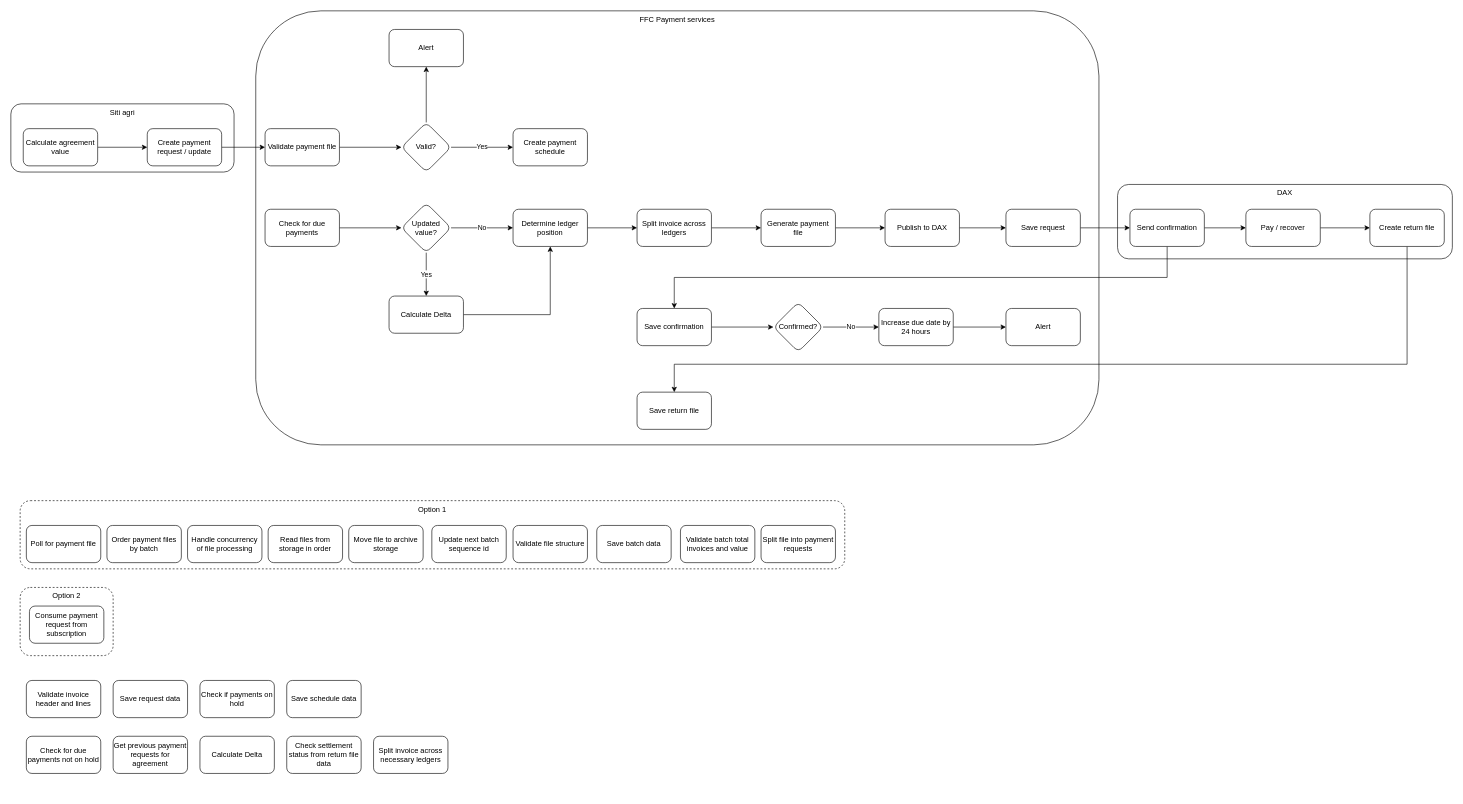
Before: ffc-payments.drawio in johnwatson484/diagrams, a draw.io diagram. Source tidied: cells renumbered, new cells numbered last; positions are measured from the earlier drawing's top-left corner, leaving out a move shared by most shapes. Both pictures are drawn from the tidied source at 62%, with x=0, y=0 at pixel (11, 11).
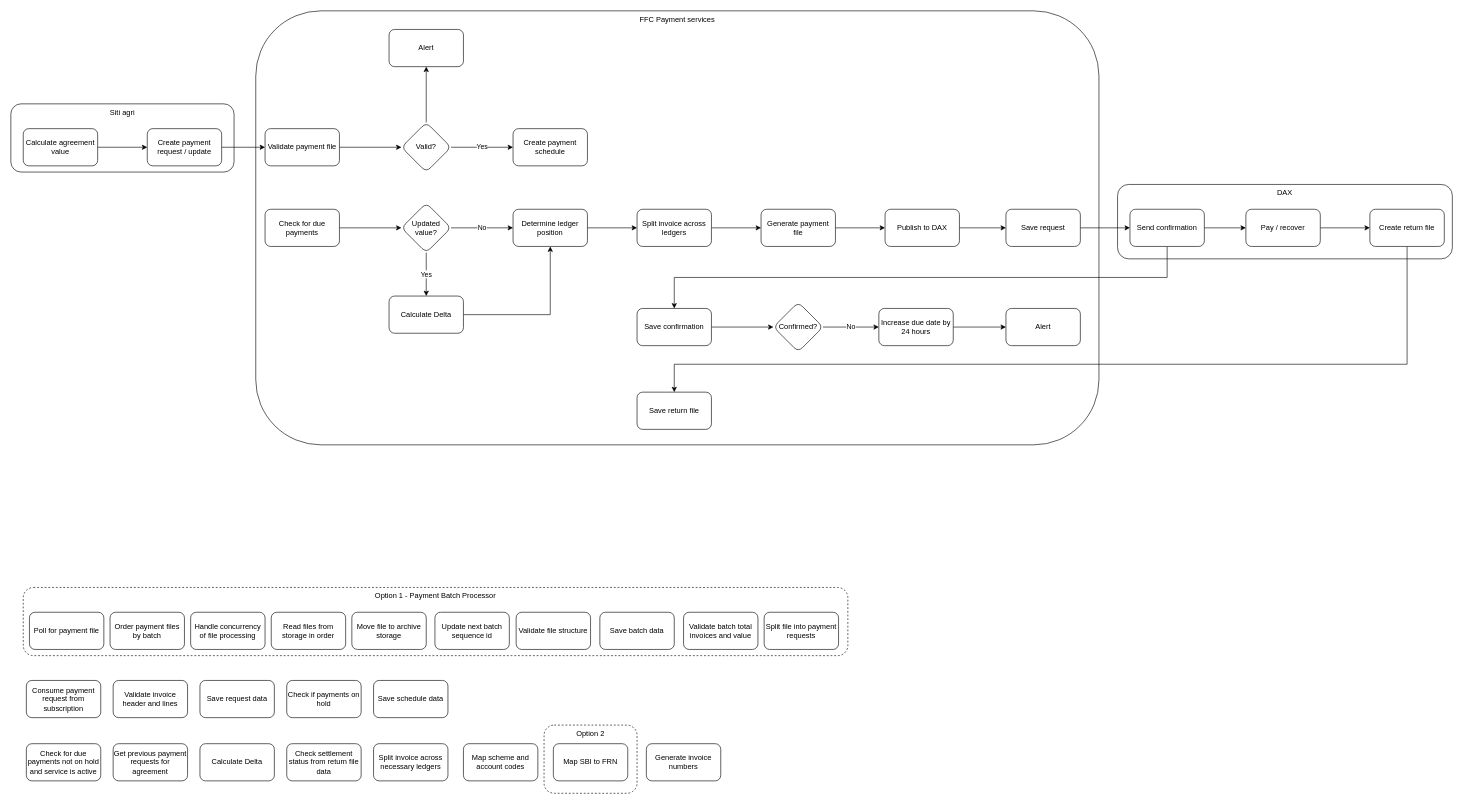
The same diagram, later.

Diff of the diagram source:
```diff
@@
     <mxCell id="2" value="Option 2" style="rounded=1;whiteSpace=wrap;html=1;dashed=1;verticalAlign=top;" parent="1" vertex="1">
-      <mxGeometry x="15" y="930" width="150" height="110" as="geometry" />
+      <mxGeometry x="860" y="1152" width="150" height="110" as="geometry" />
     </mxCell>
-    <mxCell id="3" value="Option 1" style="rounded=1;whiteSpace=wrap;html=1;dashed=1;verticalAlign=top;" parent="1" vertex="1">
-      <mxGeometry x="15" y="790" width="1330" height="110" as="geometry" />
+    <mxCell id="3" value="Option 1 - Payment Batch Processor" style="rounded=1;whiteSpace=wrap;html=1;dashed=1;verticalAlign=top;" parent="1" vertex="1">
+      <mxGeometry x="20" y="930" width="1330" height="110" as="geometry" />
     </mxCell>
@@
     <mxCell id="50" value="Poll for payment file" style="rounded=1;whiteSpace=wrap;html=1;" parent="1" vertex="1">
-      <mxGeometry x="25" y="830" width="120" height="60" as="geometry" />
+      <mxGeometry x="30" y="970" width="120" height="60" as="geometry" />
     </mxCell>
     <mxCell id="51" value="Read files from storage in order" style="rounded=1;whiteSpace=wrap;html=1;" parent="1" vertex="1">
-      <mxGeometry x="415" y="830" width="120" height="60" as="geometry" />
+      <mxGeometry x="420" y="970" width="120" height="60" as="geometry" />
     </mxCell>
     <mxCell id="52" value="Move file to archive storage" style="rounded=1;whiteSpace=wrap;html=1;" parent="1" vertex="1">
-      <mxGeometry x="545" y="830" width="120" height="60" as="geometry" />
+      <mxGeometry x="550" y="970" width="120" height="60" as="geometry" />
     </mxCell>
     <mxCell id="53" value="Validate file structure" style="rounded=1;whiteSpace=wrap;html=1;" parent="1" vertex="1">
-      <mxGeometry x="810" y="830" width="120" height="60" as="geometry" />
+      <mxGeometry x="815" y="970" width="120" height="60" as="geometry" />
     </mxCell>
     <mxCell id="54" value="Order payment files by batch" style="rounded=1;whiteSpace=wrap;html=1;" parent="1" vertex="1">
-      <mxGeometry x="155" y="830" width="120" height="60" as="geometry" />
+      <mxGeometry x="160" y="970" width="120" height="60" as="geometry" />
     </mxCell>
     <mxCell id="55" value="Handle concurrency of file processing" style="rounded=1;whiteSpace=wrap;html=1;" parent="1" vertex="1">
-      <mxGeometry x="285" y="830" width="120" height="60" as="geometry" />
+      <mxGeometry x="290" y="970" width="120" height="60" as="geometry" />
     </mxCell>
     <mxCell id="56" value="Validate batch total invoices and value" style="rounded=1;whiteSpace=wrap;html=1;" parent="1" vertex="1">
-      <mxGeometry x="1080" y="830" width="120" height="60" as="geometry" />
+      <mxGeometry x="1085" y="970" width="120" height="60" as="geometry" />
     </mxCell>
     <mxCell id="57" value="Split file into payment requests" style="rounded=1;whiteSpace=wrap;html=1;" parent="1" vertex="1">
-      <mxGeometry x="1210" y="830" width="120" height="60" as="geometry" />
+      <mxGeometry x="1215" y="970" width="120" height="60" as="geometry" />
     </mxCell>
     <mxCell id="58" value="Update next batch sequence id" style="rounded=1;whiteSpace=wrap;html=1;" parent="1" vertex="1">
-      <mxGeometry x="679" y="830" width="120" height="60" as="geometry" />
+      <mxGeometry x="684" y="970" width="120" height="60" as="geometry" />
     </mxCell>
     <mxCell id="59" value="Validate invoice header and lines" style="rounded=1;whiteSpace=wrap;html=1;" parent="1" vertex="1">
-      <mxGeometry x="25" y="1080" width="120" height="60" as="geometry" />
+      <mxGeometry x="165" y="1080" width="120" height="60" as="geometry" />
     </mxCell>
     <mxCell id="60" value="Save batch data" style="rounded=1;whiteSpace=wrap;html=1;" parent="1" vertex="1">
-      <mxGeometry x="945" y="830" width="120" height="60" as="geometry" />
+      <mxGeometry x="950" y="970" width="120" height="60" as="geometry" />
     </mxCell>
     <mxCell id="61" value="Save request data" style="rounded=1;whiteSpace=wrap;html=1;" parent="1" vertex="1">
-      <mxGeometry x="165" y="1080" width="120" height="60" as="geometry" />
+      <mxGeometry x="305" y="1080" width="120" height="60" as="geometry" />
     </mxCell>
     <mxCell id="62" value="Consume payment request from subscription" style="rounded=1;whiteSpace=wrap;html=1;" parent="1" vertex="1">
-      <mxGeometry x="30" y="960" width="120" height="60" as="geometry" />
+      <mxGeometry x="25" y="1080" width="120" height="60" as="geometry" />
     </mxCell>
     <mxCell id="63" value="Check if payments on hold" style="rounded=1;whiteSpace=wrap;html=1;" parent="1" vertex="1">
-      <mxGeometry x="305" y="1080" width="120" height="60" as="geometry" />
+      <mxGeometry x="445" y="1080" width="120" height="60" as="geometry" />
     </mxCell>
-    <mxCell id="64" value="Check for due payments not on hold" style="rounded=1;whiteSpace=wrap;html=1;" parent="1" vertex="1">
-      <mxGeometry x="25" y="1170" width="120" height="60" as="geometry" />
+    <mxCell id="64" value="Check for due payments not on hold and service is active" style="rounded=1;whiteSpace=wrap;html=1;" parent="1" vertex="1">
+      <mxGeometry x="25" y="1182" width="120" height="60" as="geometry" />
     </mxCell>
     <mxCell id="65" value="Save schedule data&lt;br&gt;" style="rounded=1;whiteSpace=wrap;html=1;" parent="1" vertex="1">
-      <mxGeometry x="445" y="1080" width="120" height="60" as="geometry" />
+      <mxGeometry x="585" y="1080" width="120" height="60" as="geometry" />
     </mxCell>
     <mxCell id="66" value="Get previous payment requests for agreement" style="rounded=1;whiteSpace=wrap;html=1;" parent="1" vertex="1">
-      <mxGeometry x="165" y="1170" width="120" height="60" as="geometry" />
+      <mxGeometry x="165" y="1182" width="120" height="60" as="geometry" />
     </mxCell>
     <mxCell id="67" value="Calculate Delta" style="rounded=1;whiteSpace=wrap;html=1;" parent="1" vertex="1">
-      <mxGeometry x="305" y="1170" width="120" height="60" as="geometry" />
+      <mxGeometry x="305" y="1182" width="120" height="60" as="geometry" />
     </mxCell>
     <mxCell id="68" value="Check settlement status from return file data" style="rounded=1;whiteSpace=wrap;html=1;" parent="1" vertex="1">
-      <mxGeometry x="445" y="1170" width="120" height="60" as="geometry" />
+      <mxGeometry x="445" y="1182" width="120" height="60" as="geometry" />
     </mxCell>
     <mxCell id="69" value="Split invoice across necessary ledgers" style="rounded=1;whiteSpace=wrap;html=1;" parent="1" vertex="1">
-      <mxGeometry x="585" y="1170" width="120" height="60" as="geometry" />
+      <mxGeometry x="585" y="1182" width="120" height="60" as="geometry" />
     </mxCell>
+    <mxCell id="70" value="Map SBI to FRN" style="rounded=1;whiteSpace=wrap;html=1;" parent="1" vertex="1">
+      <mxGeometry x="875" y="1182" width="120" height="60" as="geometry" />
+    </mxCell>
+    <mxCell id="71" value="Map scheme and account codes" style="rounded=1;whiteSpace=wrap;html=1;" parent="1" vertex="1">
+      <mxGeometry x="730" y="1182" width="120" height="60" as="geometry" />
+    </mxCell>
+    <mxCell id="72" value="Generate invoice numbers" style="rounded=1;whiteSpace=wrap;html=1;" parent="1" vertex="1">
+      <mxGeometry x="1025" y="1182" width="120" height="60" as="geometry" />
+    </mxCell>
```
